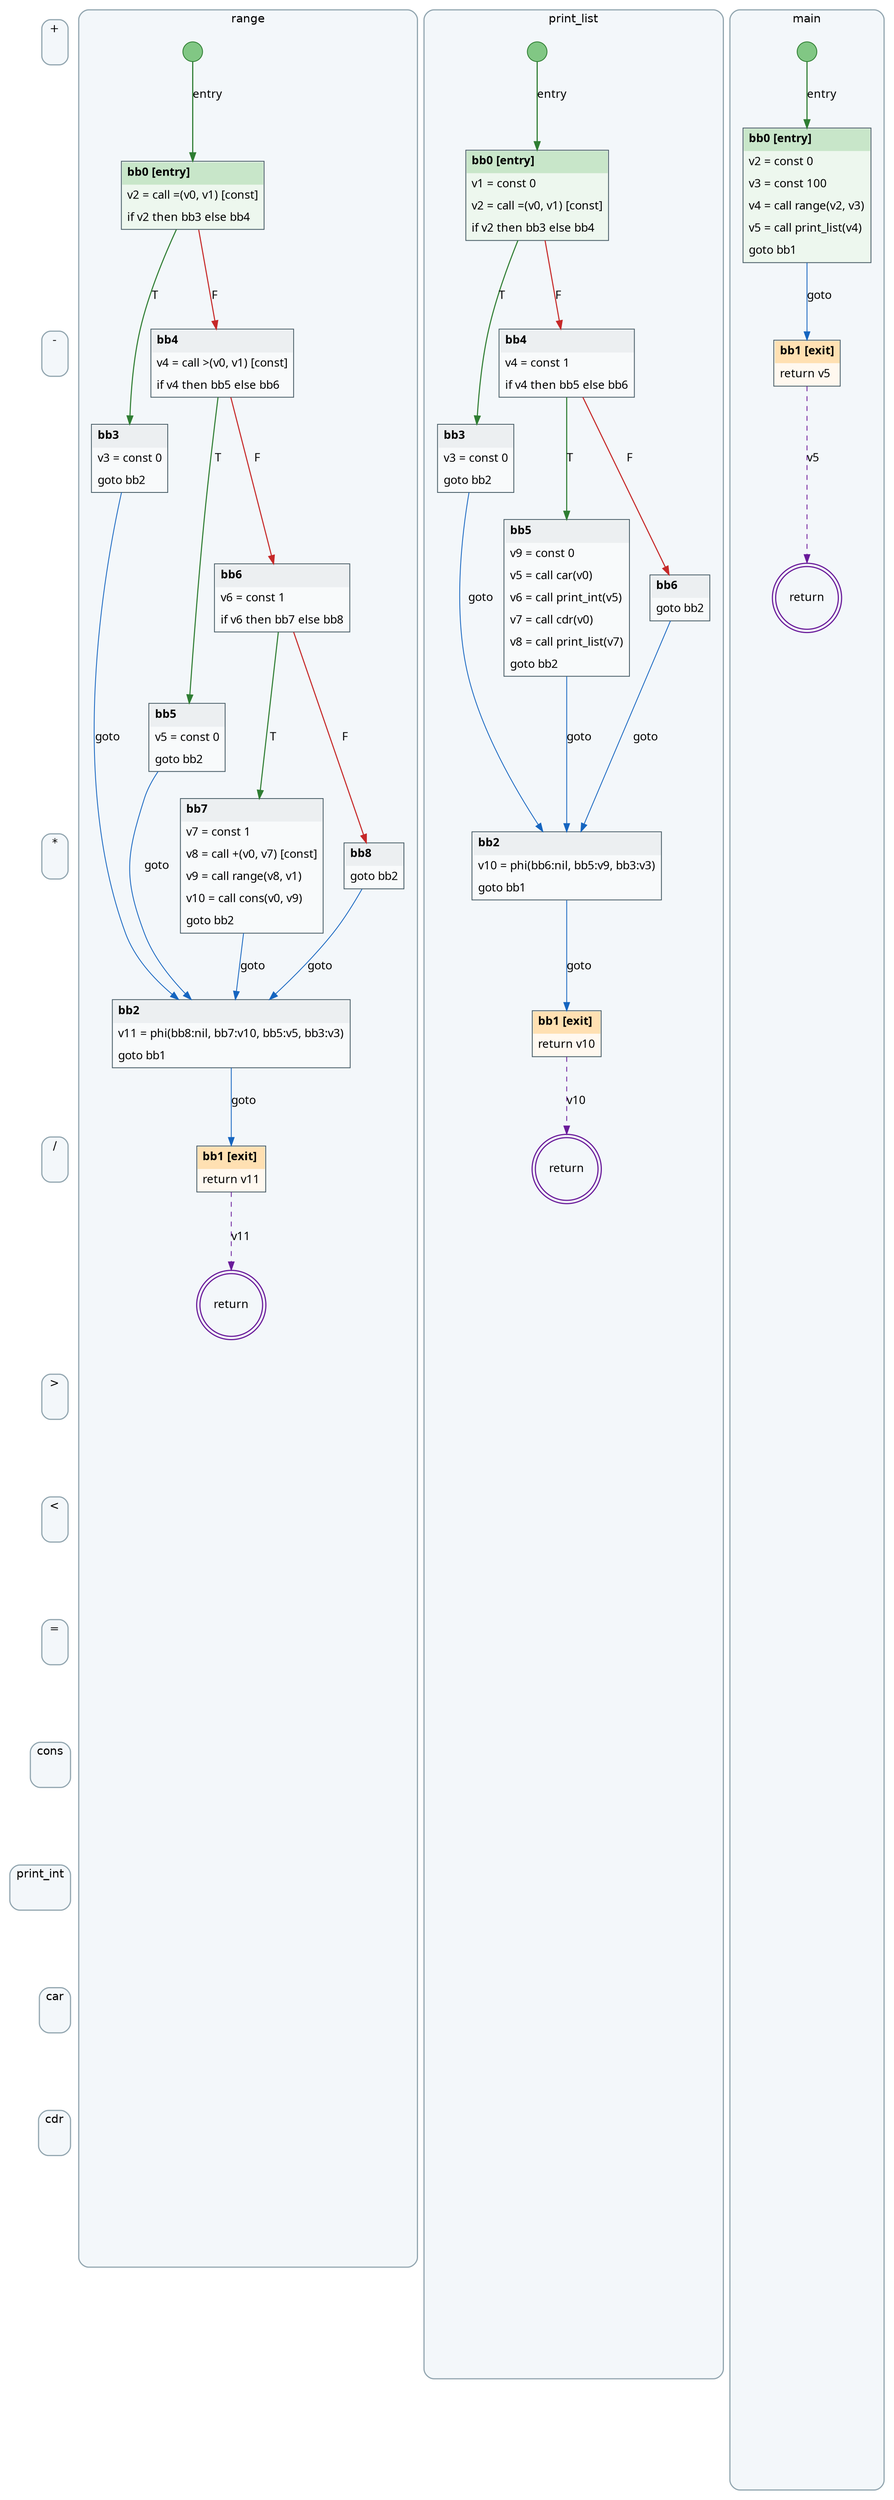
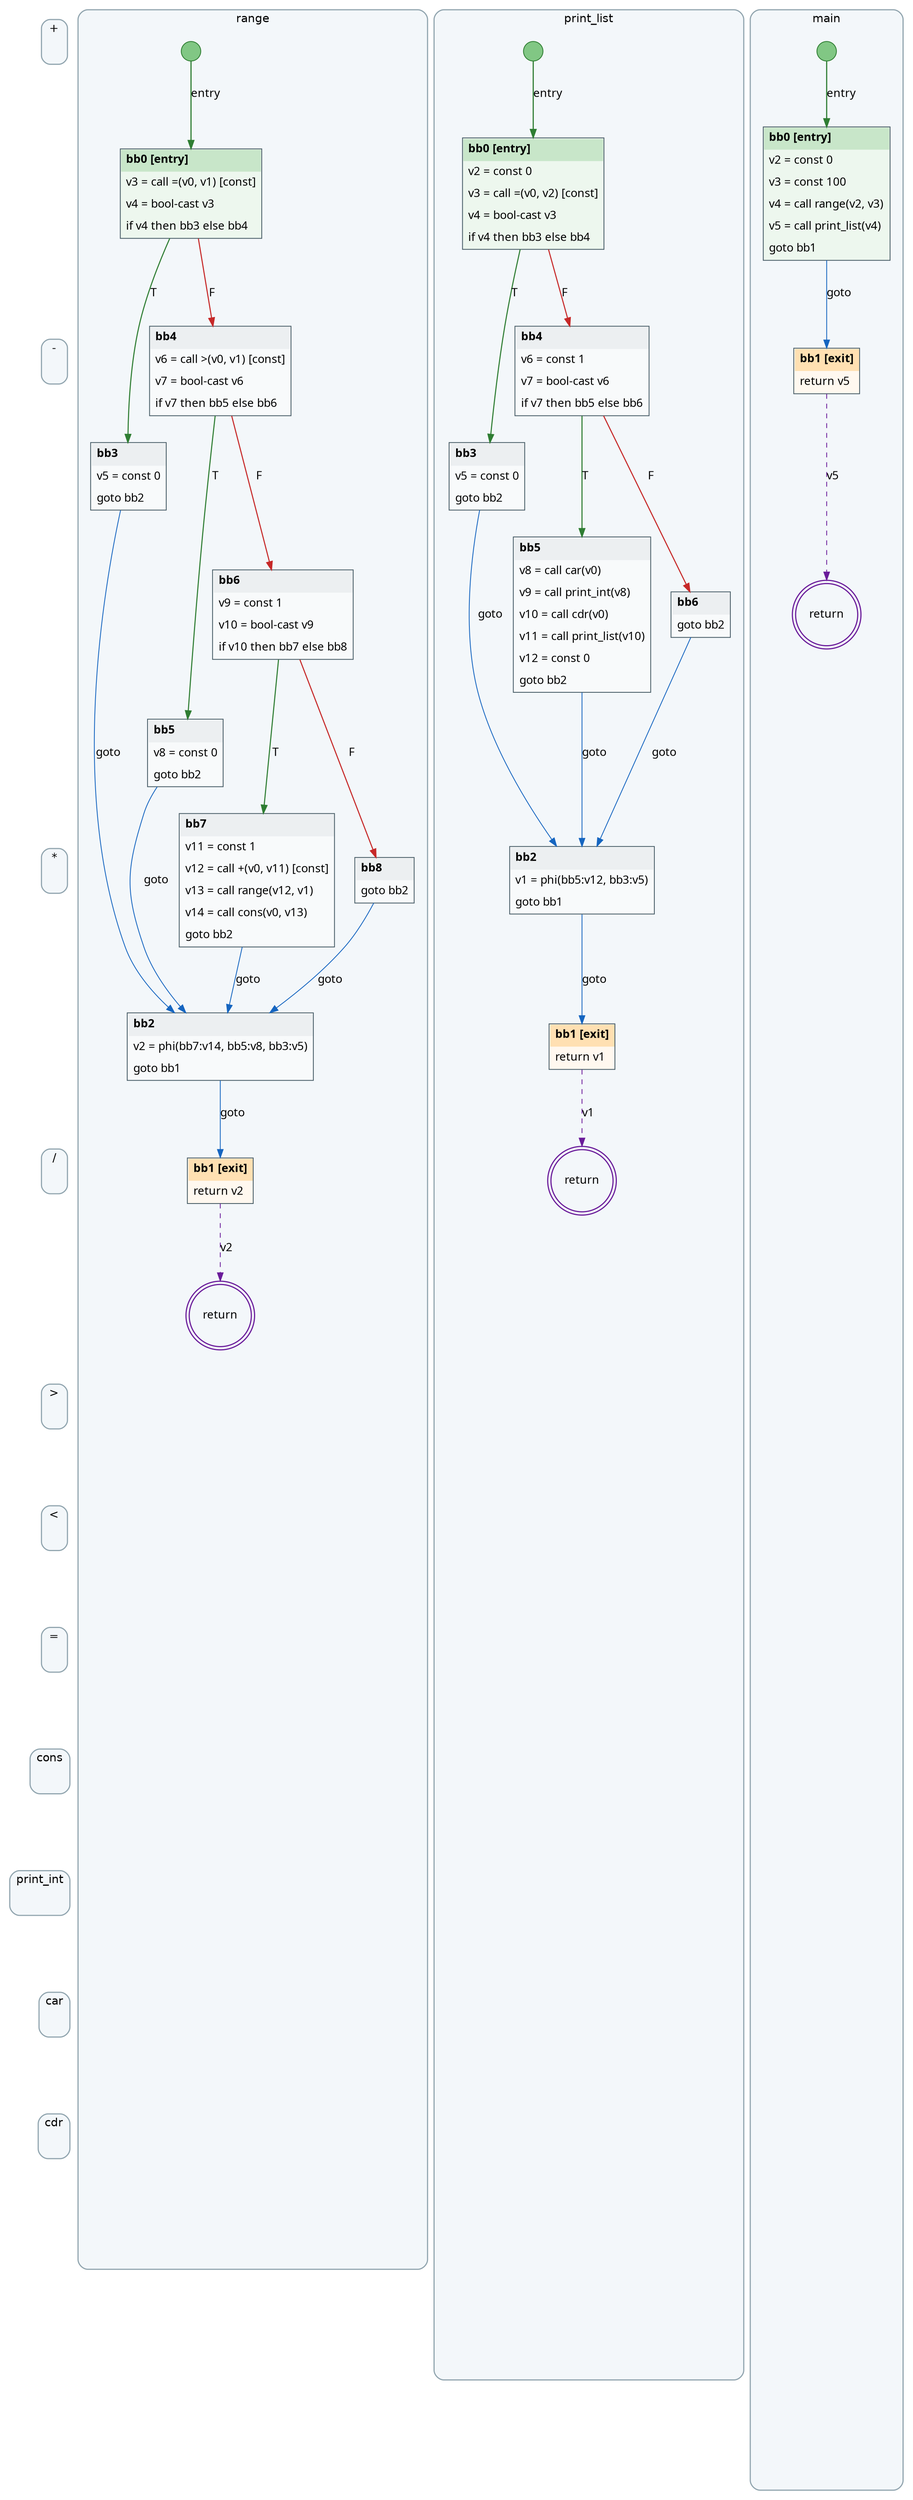
digraph SSA {
  rankdir=TB;
  newrank=true;
  ranksep=0.9;
  nodesep=0.35;
  splines=true;
  fontname="Helvetica";
  node [fontname="Menlo"];
  edge [fontname="Menlo"];
  subgraph cluster_f0 {
    color="#90a4ae"; style="rounded,filled"; fillcolor="#f3f7fa"; penwidth=1.4;
    margin=16;
    labelloc=t; label="+";
    f0_order [shape=point, style=invis, width=0, height=0, label=""];
  }
  subgraph cluster_f1 {
    color="#90a4ae"; style="rounded,filled"; fillcolor="#f3f7fa"; penwidth=1.4;
    margin=16;
    labelloc=t; label="-";
    f1_order [shape=point, style=invis, width=0, height=0, label=""];
  }
  subgraph cluster_f2 {
    color="#90a4ae"; style="rounded,filled"; fillcolor="#f3f7fa"; penwidth=1.4;
    margin=16;
    labelloc=t; label="*";
    f2_order [shape=point, style=invis, width=0, height=0, label=""];
  }
  subgraph cluster_f3 {
    color="#90a4ae"; style="rounded,filled"; fillcolor="#f3f7fa"; penwidth=1.4;
    margin=16;
    labelloc=t; label="/";
    f3_order [shape=point, style=invis, width=0, height=0, label=""];
  }
  subgraph cluster_f4 {
    color="#90a4ae"; style="rounded,filled"; fillcolor="#f3f7fa"; penwidth=1.4;
    margin=16;
    labelloc=t; label=">";
    f4_order [shape=point, style=invis, width=0, height=0, label=""];
  }
  subgraph cluster_f5 {
    color="#90a4ae"; style="rounded,filled"; fillcolor="#f3f7fa"; penwidth=1.4;
    margin=16;
    labelloc=t; label="<";
    f5_order [shape=point, style=invis, width=0, height=0, label=""];
  }
  subgraph cluster_f6 {
    color="#90a4ae"; style="rounded,filled"; fillcolor="#f3f7fa"; penwidth=1.4;
    margin=16;
    labelloc=t; label="=";
    f6_order [shape=point, style=invis, width=0, height=0, label=""];
  }
  subgraph cluster_f7 {
    color="#90a4ae"; style="rounded,filled"; fillcolor="#f3f7fa"; penwidth=1.4;
    margin=16;
    labelloc=t; label="cons";
    f7_order [shape=point, style=invis, width=0, height=0, label=""];
  }
  subgraph cluster_f8 {
    color="#90a4ae"; style="rounded,filled"; fillcolor="#f3f7fa"; penwidth=1.4;
    margin=16;
    labelloc=t; label="print_int";
    f8_order [shape=point, style=invis, width=0, height=0, label=""];
  }
  subgraph cluster_f9 {
    color="#90a4ae"; style="rounded,filled"; fillcolor="#f3f7fa"; penwidth=1.4;
    margin=16;
    labelloc=t; label="car";
    f9_order [shape=point, style=invis, width=0, height=0, label=""];
  }
  subgraph cluster_f10 {
    color="#90a4ae"; style="rounded,filled"; fillcolor="#f3f7fa"; penwidth=1.4;
    margin=16;
    labelloc=t; label="cdr";
    f10_order [shape=point, style=invis, width=0, height=0, label=""];
  }
  subgraph cluster_f11 {
    color="#90a4ae"; style="rounded,filled"; fillcolor="#f3f7fa"; penwidth=1.4;
    margin=16;
    labelloc=t; label="range";
    f11_order [shape=point, style=invis, width=0, height=0, label=""];
    f11_entry [shape=circle, fixedsize=true, width=0.34, label="", style=filled, fillcolor="#81c784", color="#2e7d32"];
    f11_bb0 [shape=plain, margin=0, label=<
      <TABLE BORDER="1" CELLBORDER="0" CELLSPACING="0" CELLPADDING="6" COLOR="#455a64" BGCOLOR="#edf7ee">
        <TR><TD ALIGN="LEFT" BGCOLOR="#c8e6c9"><B>bb0 [entry]</B></TD></TR>
-         <TR><TD ALIGN="LEFT"><FONT FACE="Menlo">v2 = call =(v0, v1) [const]</FONT></TD></TR>
-         <TR><TD ALIGN="LEFT"><FONT FACE="Menlo">if v2 then bb3 else bb4</FONT></TD></TR>
+         <TR><TD ALIGN="LEFT"><FONT FACE="Menlo">v3 = call =(v0, v1) [const]</FONT></TD></TR>
+         <TR><TD ALIGN="LEFT"><FONT FACE="Menlo">v4 = bool-cast v3</FONT></TD></TR>
+         <TR><TD ALIGN="LEFT"><FONT FACE="Menlo">if v4 then bb3 else bb4</FONT></TD></TR>
      </TABLE>
    >];
    f11_bb1 [shape=plain, margin=0, label=<
      <TABLE BORDER="1" CELLBORDER="0" CELLSPACING="0" CELLPADDING="6" COLOR="#455a64" BGCOLOR="#fff8ef">
        <TR><TD ALIGN="LEFT" BGCOLOR="#ffe0b2"><B>bb1 [exit]</B></TD></TR>
-         <TR><TD ALIGN="LEFT"><FONT FACE="Menlo">return v11</FONT></TD></TR>
+         <TR><TD ALIGN="LEFT"><FONT FACE="Menlo">return v2</FONT></TD></TR>
      </TABLE>
    >];
    f11_bb2 [shape=plain, margin=0, label=<
      <TABLE BORDER="1" CELLBORDER="0" CELLSPACING="0" CELLPADDING="6" COLOR="#455a64" BGCOLOR="#f8fafb">
        <TR><TD ALIGN="LEFT" BGCOLOR="#eceff1"><B>bb2</B></TD></TR>
-         <TR><TD ALIGN="LEFT"><FONT FACE="Menlo">v11 = phi(bb8:nil, bb7:v10, bb5:v5, bb3:v3)</FONT></TD></TR>
+         <TR><TD ALIGN="LEFT"><FONT FACE="Menlo">v2 = phi(bb7:v14, bb5:v8, bb3:v5)</FONT></TD></TR>
        <TR><TD ALIGN="LEFT"><FONT FACE="Menlo">goto bb1</FONT></TD></TR>
      </TABLE>
    >];
    f11_bb3 [shape=plain, margin=0, label=<
      <TABLE BORDER="1" CELLBORDER="0" CELLSPACING="0" CELLPADDING="6" COLOR="#455a64" BGCOLOR="#f8fafb">
        <TR><TD ALIGN="LEFT" BGCOLOR="#eceff1"><B>bb3</B></TD></TR>
-         <TR><TD ALIGN="LEFT"><FONT FACE="Menlo">v3 = const 0</FONT></TD></TR>
+         <TR><TD ALIGN="LEFT"><FONT FACE="Menlo">v5 = const 0</FONT></TD></TR>
        <TR><TD ALIGN="LEFT"><FONT FACE="Menlo">goto bb2</FONT></TD></TR>
      </TABLE>
    >];
    f11_bb4 [shape=plain, margin=0, label=<
      <TABLE BORDER="1" CELLBORDER="0" CELLSPACING="0" CELLPADDING="6" COLOR="#455a64" BGCOLOR="#f8fafb">
        <TR><TD ALIGN="LEFT" BGCOLOR="#eceff1"><B>bb4</B></TD></TR>
-         <TR><TD ALIGN="LEFT"><FONT FACE="Menlo">v4 = call &gt;(v0, v1) [const]</FONT></TD></TR>
-         <TR><TD ALIGN="LEFT"><FONT FACE="Menlo">if v4 then bb5 else bb6</FONT></TD></TR>
+         <TR><TD ALIGN="LEFT"><FONT FACE="Menlo">v6 = call &gt;(v0, v1) [const]</FONT></TD></TR>
+         <TR><TD ALIGN="LEFT"><FONT FACE="Menlo">v7 = bool-cast v6</FONT></TD></TR>
+         <TR><TD ALIGN="LEFT"><FONT FACE="Menlo">if v7 then bb5 else bb6</FONT></TD></TR>
      </TABLE>
    >];
    f11_bb5 [shape=plain, margin=0, label=<
      <TABLE BORDER="1" CELLBORDER="0" CELLSPACING="0" CELLPADDING="6" COLOR="#455a64" BGCOLOR="#f8fafb">
        <TR><TD ALIGN="LEFT" BGCOLOR="#eceff1"><B>bb5</B></TD></TR>
-         <TR><TD ALIGN="LEFT"><FONT FACE="Menlo">v5 = const 0</FONT></TD></TR>
+         <TR><TD ALIGN="LEFT"><FONT FACE="Menlo">v8 = const 0</FONT></TD></TR>
        <TR><TD ALIGN="LEFT"><FONT FACE="Menlo">goto bb2</FONT></TD></TR>
      </TABLE>
    >];
    f11_bb6 [shape=plain, margin=0, label=<
      <TABLE BORDER="1" CELLBORDER="0" CELLSPACING="0" CELLPADDING="6" COLOR="#455a64" BGCOLOR="#f8fafb">
        <TR><TD ALIGN="LEFT" BGCOLOR="#eceff1"><B>bb6</B></TD></TR>
-         <TR><TD ALIGN="LEFT"><FONT FACE="Menlo">v6 = const 1</FONT></TD></TR>
-         <TR><TD ALIGN="LEFT"><FONT FACE="Menlo">if v6 then bb7 else bb8</FONT></TD></TR>
+         <TR><TD ALIGN="LEFT"><FONT FACE="Menlo">v9 = const 1</FONT></TD></TR>
+         <TR><TD ALIGN="LEFT"><FONT FACE="Menlo">v10 = bool-cast v9</FONT></TD></TR>
+         <TR><TD ALIGN="LEFT"><FONT FACE="Menlo">if v10 then bb7 else bb8</FONT></TD></TR>
      </TABLE>
    >];
    f11_bb7 [shape=plain, margin=0, label=<
      <TABLE BORDER="1" CELLBORDER="0" CELLSPACING="0" CELLPADDING="6" COLOR="#455a64" BGCOLOR="#f8fafb">
        <TR><TD ALIGN="LEFT" BGCOLOR="#eceff1"><B>bb7</B></TD></TR>
-         <TR><TD ALIGN="LEFT"><FONT FACE="Menlo">v7 = const 1</FONT></TD></TR>
-         <TR><TD ALIGN="LEFT"><FONT FACE="Menlo">v8 = call +(v0, v7) [const]</FONT></TD></TR>
-         <TR><TD ALIGN="LEFT"><FONT FACE="Menlo">v9 = call range(v8, v1)</FONT></TD></TR>
-         <TR><TD ALIGN="LEFT"><FONT FACE="Menlo">v10 = call cons(v0, v9)</FONT></TD></TR>
+         <TR><TD ALIGN="LEFT"><FONT FACE="Menlo">v11 = const 1</FONT></TD></TR>
+         <TR><TD ALIGN="LEFT"><FONT FACE="Menlo">v12 = call +(v0, v11) [const]</FONT></TD></TR>
+         <TR><TD ALIGN="LEFT"><FONT FACE="Menlo">v13 = call range(v12, v1)</FONT></TD></TR>
+         <TR><TD ALIGN="LEFT"><FONT FACE="Menlo">v14 = call cons(v0, v13)</FONT></TD></TR>
        <TR><TD ALIGN="LEFT"><FONT FACE="Menlo">goto bb2</FONT></TD></TR>
      </TABLE>
    >];
    f11_bb8 [shape=plain, margin=0, label=<
      <TABLE BORDER="1" CELLBORDER="0" CELLSPACING="0" CELLPADDING="6" COLOR="#455a64" BGCOLOR="#f8fafb">
        <TR><TD ALIGN="LEFT" BGCOLOR="#eceff1"><B>bb8</B></TD></TR>
        <TR><TD ALIGN="LEFT"><FONT FACE="Menlo">goto bb2</FONT></TD></TR>
      </TABLE>
    >];
    f11_entry -> f11_bb0 [label="entry", color="#2e7d32", penwidth=1.4];
    f11_bb0 -> f11_bb3 [label="T", color="#2e7d32", penwidth=1.3];
    f11_bb0 -> f11_bb4 [label="F", color="#c62828", penwidth=1.3];
    f11_bb2 -> f11_bb1 [label="goto", color="#1565c0"];
    f11_bb3 -> f11_bb2 [label="goto", color="#1565c0"];
    f11_bb4 -> f11_bb5 [label="T", color="#2e7d32", penwidth=1.3];
    f11_bb4 -> f11_bb6 [label="F", color="#c62828", penwidth=1.3];
    f11_bb5 -> f11_bb2 [label="goto", color="#1565c0"];
    f11_bb6 -> f11_bb7 [label="T", color="#2e7d32", penwidth=1.3];
    f11_bb6 -> f11_bb8 [label="F", color="#c62828", penwidth=1.3];
    f11_bb7 -> f11_bb2 [label="goto", color="#1565c0"];
    f11_bb8 -> f11_bb2 [label="goto", color="#1565c0"];
    f11_ret [shape=doublecircle, label="return", color="#6a1b9a", penwidth=1.4];
-     f11_bb1 -> f11_ret [style=dashed, color="#6a1b9a", label="v11"];
+     f11_bb1 -> f11_ret [style=dashed, color="#6a1b9a", label="v2"];
  }
  subgraph cluster_f12 {
    color="#90a4ae"; style="rounded,filled"; fillcolor="#f3f7fa"; penwidth=1.4;
    margin=16;
    labelloc=t; label="print_list";
    f12_order [shape=point, style=invis, width=0, height=0, label=""];
    f12_entry [shape=circle, fixedsize=true, width=0.34, label="", style=filled, fillcolor="#81c784", color="#2e7d32"];
    f12_bb0 [shape=plain, margin=0, label=<
      <TABLE BORDER="1" CELLBORDER="0" CELLSPACING="0" CELLPADDING="6" COLOR="#455a64" BGCOLOR="#edf7ee">
        <TR><TD ALIGN="LEFT" BGCOLOR="#c8e6c9"><B>bb0 [entry]</B></TD></TR>
-         <TR><TD ALIGN="LEFT"><FONT FACE="Menlo">v1 = const 0</FONT></TD></TR>
-         <TR><TD ALIGN="LEFT"><FONT FACE="Menlo">v2 = call =(v0, v1) [const]</FONT></TD></TR>
-         <TR><TD ALIGN="LEFT"><FONT FACE="Menlo">if v2 then bb3 else bb4</FONT></TD></TR>
+         <TR><TD ALIGN="LEFT"><FONT FACE="Menlo">v2 = const 0</FONT></TD></TR>
+         <TR><TD ALIGN="LEFT"><FONT FACE="Menlo">v3 = call =(v0, v2) [const]</FONT></TD></TR>
+         <TR><TD ALIGN="LEFT"><FONT FACE="Menlo">v4 = bool-cast v3</FONT></TD></TR>
+         <TR><TD ALIGN="LEFT"><FONT FACE="Menlo">if v4 then bb3 else bb4</FONT></TD></TR>
      </TABLE>
    >];
    f12_bb1 [shape=plain, margin=0, label=<
      <TABLE BORDER="1" CELLBORDER="0" CELLSPACING="0" CELLPADDING="6" COLOR="#455a64" BGCOLOR="#fff8ef">
        <TR><TD ALIGN="LEFT" BGCOLOR="#ffe0b2"><B>bb1 [exit]</B></TD></TR>
-         <TR><TD ALIGN="LEFT"><FONT FACE="Menlo">return v10</FONT></TD></TR>
+         <TR><TD ALIGN="LEFT"><FONT FACE="Menlo">return v1</FONT></TD></TR>
      </TABLE>
    >];
    f12_bb2 [shape=plain, margin=0, label=<
      <TABLE BORDER="1" CELLBORDER="0" CELLSPACING="0" CELLPADDING="6" COLOR="#455a64" BGCOLOR="#f8fafb">
        <TR><TD ALIGN="LEFT" BGCOLOR="#eceff1"><B>bb2</B></TD></TR>
-         <TR><TD ALIGN="LEFT"><FONT FACE="Menlo">v10 = phi(bb6:nil, bb5:v9, bb3:v3)</FONT></TD></TR>
+         <TR><TD ALIGN="LEFT"><FONT FACE="Menlo">v1 = phi(bb5:v12, bb3:v5)</FONT></TD></TR>
        <TR><TD ALIGN="LEFT"><FONT FACE="Menlo">goto bb1</FONT></TD></TR>
      </TABLE>
    >];
    f12_bb3 [shape=plain, margin=0, label=<
      <TABLE BORDER="1" CELLBORDER="0" CELLSPACING="0" CELLPADDING="6" COLOR="#455a64" BGCOLOR="#f8fafb">
        <TR><TD ALIGN="LEFT" BGCOLOR="#eceff1"><B>bb3</B></TD></TR>
-         <TR><TD ALIGN="LEFT"><FONT FACE="Menlo">v3 = const 0</FONT></TD></TR>
+         <TR><TD ALIGN="LEFT"><FONT FACE="Menlo">v5 = const 0</FONT></TD></TR>
        <TR><TD ALIGN="LEFT"><FONT FACE="Menlo">goto bb2</FONT></TD></TR>
      </TABLE>
    >];
    f12_bb4 [shape=plain, margin=0, label=<
      <TABLE BORDER="1" CELLBORDER="0" CELLSPACING="0" CELLPADDING="6" COLOR="#455a64" BGCOLOR="#f8fafb">
        <TR><TD ALIGN="LEFT" BGCOLOR="#eceff1"><B>bb4</B></TD></TR>
-         <TR><TD ALIGN="LEFT"><FONT FACE="Menlo">v4 = const 1</FONT></TD></TR>
-         <TR><TD ALIGN="LEFT"><FONT FACE="Menlo">if v4 then bb5 else bb6</FONT></TD></TR>
+         <TR><TD ALIGN="LEFT"><FONT FACE="Menlo">v6 = const 1</FONT></TD></TR>
+         <TR><TD ALIGN="LEFT"><FONT FACE="Menlo">v7 = bool-cast v6</FONT></TD></TR>
+         <TR><TD ALIGN="LEFT"><FONT FACE="Menlo">if v7 then bb5 else bb6</FONT></TD></TR>
      </TABLE>
    >];
    f12_bb5 [shape=plain, margin=0, label=<
      <TABLE BORDER="1" CELLBORDER="0" CELLSPACING="0" CELLPADDING="6" COLOR="#455a64" BGCOLOR="#f8fafb">
        <TR><TD ALIGN="LEFT" BGCOLOR="#eceff1"><B>bb5</B></TD></TR>
-         <TR><TD ALIGN="LEFT"><FONT FACE="Menlo">v9 = const 0</FONT></TD></TR>
-         <TR><TD ALIGN="LEFT"><FONT FACE="Menlo">v5 = call car(v0)</FONT></TD></TR>
-         <TR><TD ALIGN="LEFT"><FONT FACE="Menlo">v6 = call print_int(v5)</FONT></TD></TR>
-         <TR><TD ALIGN="LEFT"><FONT FACE="Menlo">v7 = call cdr(v0)</FONT></TD></TR>
-         <TR><TD ALIGN="LEFT"><FONT FACE="Menlo">v8 = call print_list(v7)</FONT></TD></TR>
+         <TR><TD ALIGN="LEFT"><FONT FACE="Menlo">v8 = call car(v0)</FONT></TD></TR>
+         <TR><TD ALIGN="LEFT"><FONT FACE="Menlo">v9 = call print_int(v8)</FONT></TD></TR>
+         <TR><TD ALIGN="LEFT"><FONT FACE="Menlo">v10 = call cdr(v0)</FONT></TD></TR>
+         <TR><TD ALIGN="LEFT"><FONT FACE="Menlo">v11 = call print_list(v10)</FONT></TD></TR>
+         <TR><TD ALIGN="LEFT"><FONT FACE="Menlo">v12 = const 0</FONT></TD></TR>
        <TR><TD ALIGN="LEFT"><FONT FACE="Menlo">goto bb2</FONT></TD></TR>
      </TABLE>
    >];
    f12_bb6 [shape=plain, margin=0, label=<
      <TABLE BORDER="1" CELLBORDER="0" CELLSPACING="0" CELLPADDING="6" COLOR="#455a64" BGCOLOR="#f8fafb">
        <TR><TD ALIGN="LEFT" BGCOLOR="#eceff1"><B>bb6</B></TD></TR>
        <TR><TD ALIGN="LEFT"><FONT FACE="Menlo">goto bb2</FONT></TD></TR>
      </TABLE>
    >];
    f12_entry -> f12_bb0 [label="entry", color="#2e7d32", penwidth=1.4];
    f12_bb0 -> f12_bb3 [label="T", color="#2e7d32", penwidth=1.3];
    f12_bb0 -> f12_bb4 [label="F", color="#c62828", penwidth=1.3];
    f12_bb2 -> f12_bb1 [label="goto", color="#1565c0"];
    f12_bb3 -> f12_bb2 [label="goto", color="#1565c0"];
    f12_bb4 -> f12_bb5 [label="T", color="#2e7d32", penwidth=1.3];
    f12_bb4 -> f12_bb6 [label="F", color="#c62828", penwidth=1.3];
    f12_bb5 -> f12_bb2 [label="goto", color="#1565c0"];
    f12_bb6 -> f12_bb2 [label="goto", color="#1565c0"];
    f12_ret [shape=doublecircle, label="return", color="#6a1b9a", penwidth=1.4];
-     f12_bb1 -> f12_ret [style=dashed, color="#6a1b9a", label="v10"];
+     f12_bb1 -> f12_ret [style=dashed, color="#6a1b9a", label="v1"];
  }
  subgraph cluster_f13 {
    color="#90a4ae"; style="rounded,filled"; fillcolor="#f3f7fa"; penwidth=1.4;
    margin=16;
    labelloc=t; label="main";
    f13_order [shape=point, style=invis, width=0, height=0, label=""];
    f13_entry [shape=circle, fixedsize=true, width=0.34, label="", style=filled, fillcolor="#81c784", color="#2e7d32"];
    f13_bb0 [shape=plain, margin=0, label=<
      <TABLE BORDER="1" CELLBORDER="0" CELLSPACING="0" CELLPADDING="6" COLOR="#455a64" BGCOLOR="#edf7ee">
        <TR><TD ALIGN="LEFT" BGCOLOR="#c8e6c9"><B>bb0 [entry]</B></TD></TR>
        <TR><TD ALIGN="LEFT"><FONT FACE="Menlo">v2 = const 0</FONT></TD></TR>
        <TR><TD ALIGN="LEFT"><FONT FACE="Menlo">v3 = const 100</FONT></TD></TR>
        <TR><TD ALIGN="LEFT"><FONT FACE="Menlo">v4 = call range(v2, v3)</FONT></TD></TR>
        <TR><TD ALIGN="LEFT"><FONT FACE="Menlo">v5 = call print_list(v4)</FONT></TD></TR>
        <TR><TD ALIGN="LEFT"><FONT FACE="Menlo">goto bb1</FONT></TD></TR>
      </TABLE>
    >];
    f13_bb1 [shape=plain, margin=0, label=<
      <TABLE BORDER="1" CELLBORDER="0" CELLSPACING="0" CELLPADDING="6" COLOR="#455a64" BGCOLOR="#fff8ef">
        <TR><TD ALIGN="LEFT" BGCOLOR="#ffe0b2"><B>bb1 [exit]</B></TD></TR>
        <TR><TD ALIGN="LEFT"><FONT FACE="Menlo">return v5</FONT></TD></TR>
      </TABLE>
    >];
    f13_entry -> f13_bb0 [label="entry", color="#2e7d32", penwidth=1.4];
    f13_bb0 -> f13_bb1 [label="goto", color="#1565c0"];
    f13_ret [shape=doublecircle, label="return", color="#6a1b9a", penwidth=1.4];
    f13_bb1 -> f13_ret [style=dashed, color="#6a1b9a", label="v5"];
  }
  f0_order -> f1_order [style=invis, weight=200, minlen=2];
  f1_order -> f2_order [style=invis, weight=200, minlen=2];
  f2_order -> f3_order [style=invis, weight=200, minlen=2];
  f3_order -> f4_order [style=invis, weight=200, minlen=2];
  f4_order -> f5_order [style=invis, weight=200, minlen=2];
  f5_order -> f6_order [style=invis, weight=200, minlen=2];
  f6_order -> f7_order [style=invis, weight=200, minlen=2];
  f7_order -> f8_order [style=invis, weight=200, minlen=2];
  f8_order -> f9_order [style=invis, weight=200, minlen=2];
  f9_order -> f10_order [style=invis, weight=200, minlen=2];
  f10_order -> f11_order [style=invis, weight=200, minlen=2];
  f11_order -> f12_order [style=invis, weight=200, minlen=2];
  f12_order -> f13_order [style=invis, weight=200, minlen=2];
}
